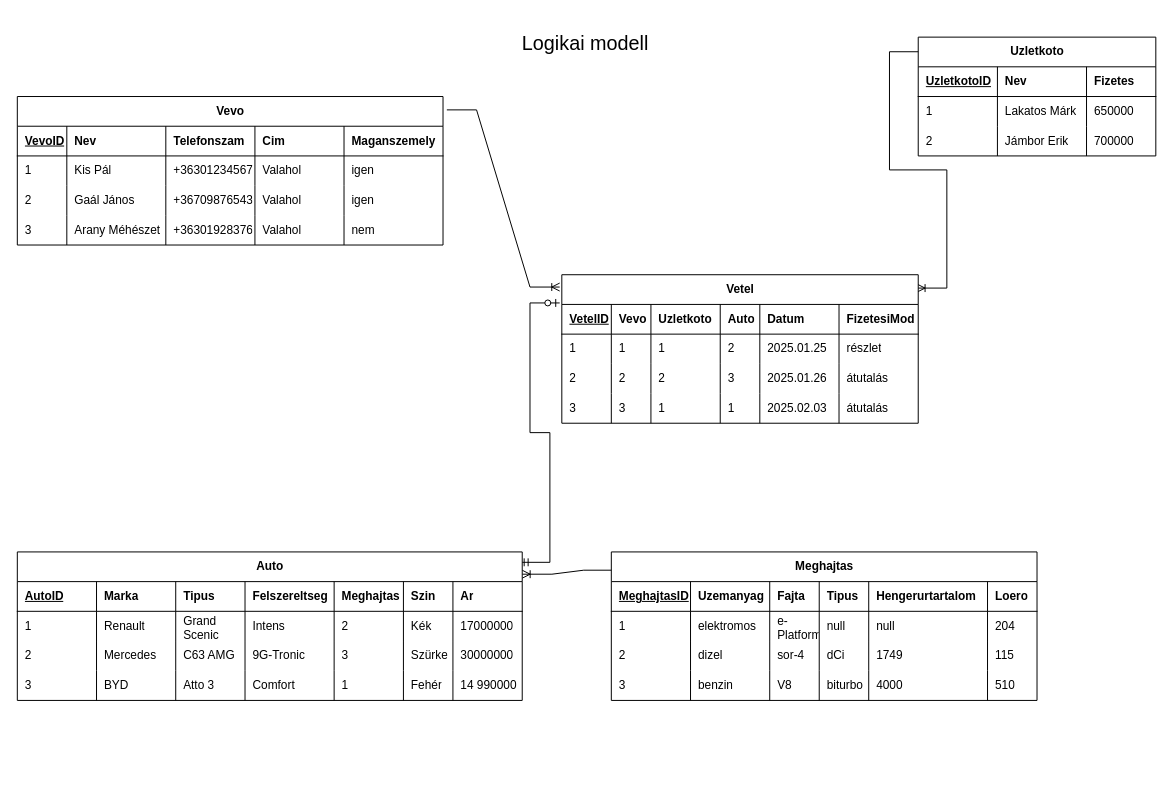
Earlier version of the draw.io diagram page "Logikai modell" (2 of 3) of BEADANDO/Modellek.drawio (Horvath-B/adatbazisok). Source tidied: cells renumbered, new cells numbered last; positions are measured from the earlier drawing's top-left corner, leaving out a move shared by most shapes. Both pictures are drawn from the tidied source at 99%, with x=0, y=0 at pixel (17, 17).
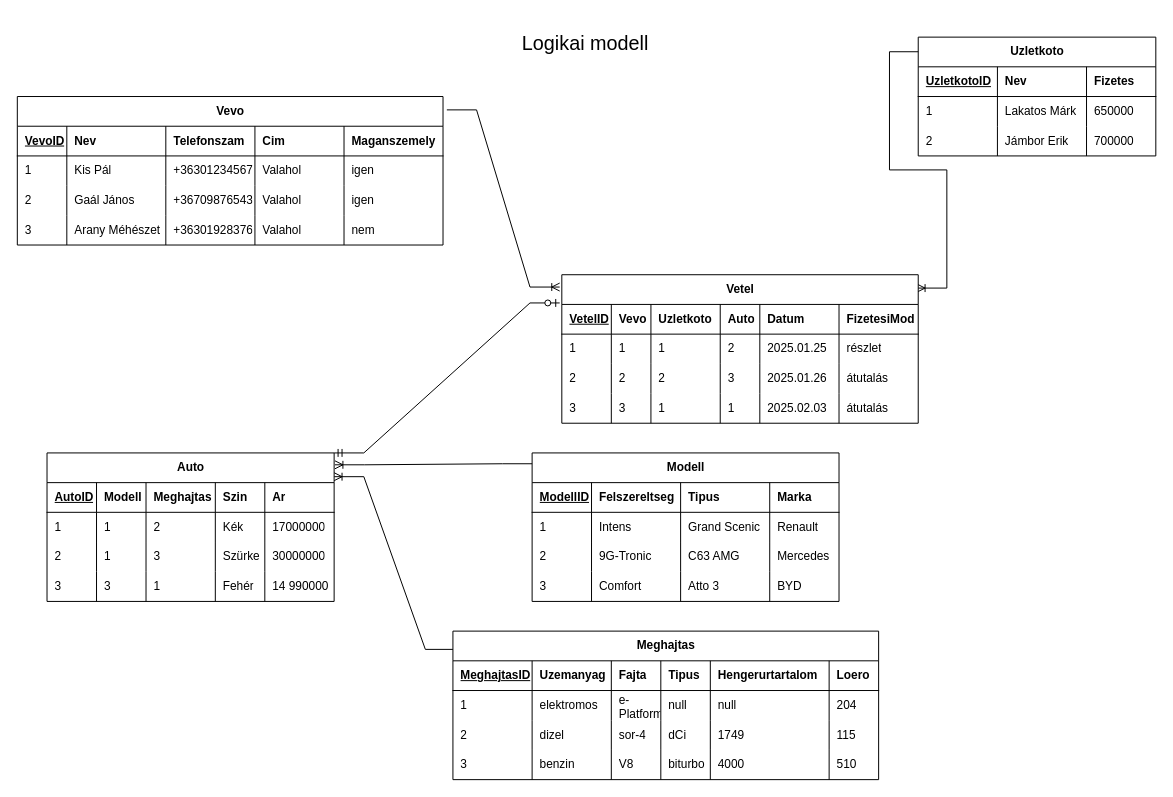
Above is the later version.

Unchanged cells that the change refers to:
```xml
<mxCell id="106" value="Vetel" style="shape=table;startSize=30;childLayout=tableLayout;rowLines=0;fontStyle=1;align=center;html=1;" parent="1" vertex="1">
  <mxGeometry x="550" y="260" width="360" height="150" as="geometry" />
</mxCell>
```

Diff of the diagram source:
```diff
@@
-    <mxCell id="2" style="edgeStyle=entityRelationEdgeStyle;fontSize=12;html=1;endArrow=ERoneToMany;rounded=0;exitX=0.005;exitY=0.123;exitDx=0;exitDy=0;entryX=1;entryY=0.15;entryDx=0;entryDy=0;entryPerimeter=0;exitPerimeter=0;" parent="1" edge="1" source="6" target="73">
+    <mxCell id="2" style="edgeStyle=entityRelationEdgeStyle;fontSize=12;html=1;endArrow=ERoneToMany;rounded=0;exitX=0.005;exitY=0.123;exitDx=0;exitDy=0;exitPerimeter=0;entryX=1;entryY=0.16;entryDx=0;entryDy=0;entryPerimeter=0;" parent="1" edge="1" source="6" target="73">
       <mxGeometry relative="1" as="geometry">
         <Array as="points">
           <mxPoint x="1600" y="410" />
           <mxPoint x="1560" y="400" />
         </Array>
       </mxGeometry>
     </mxCell>
-    <mxCell id="3" style="edgeStyle=entityRelationEdgeStyle;fontSize=12;html=1;endArrow=ERzeroToOne;startArrow=ERmandOne;rounded=0;entryX=-0.006;entryY=0.19;entryDx=0;entryDy=0;entryPerimeter=0;exitX=0.996;exitY=0.07;exitDx=0;exitDy=0;exitPerimeter=0;" parent="1" edge="1" source="73" target="106">
+    <mxCell id="3" style="edgeStyle=entityRelationEdgeStyle;fontSize=12;html=1;endArrow=ERzeroToOne;startArrow=ERmandOne;rounded=0;entryX=-0.006;entryY=0.19;entryDx=0;entryDy=0;entryPerimeter=0;exitX=1;exitY=0;exitDx=0;exitDy=0;" parent="1" edge="1" source="73" target="106">
       <mxGeometry relative="1" as="geometry">
         <Array as="points">
           <mxPoint x="365" y="496" />
           <mxPoint x="365" y="406" />
         </Array>
       </mxGeometry>
     </mxCell>
@@
     <mxCell id="6" value="Meghajtas" style="shape=table;startSize=30;childLayout=tableLayout;rowLines=0;fontStyle=1;align=center;html=1;" parent="1" vertex="1">
-      <mxGeometry x="600" y="540" width="430" height="150" as="geometry" />
+      <mxGeometry x="440" y="620" width="430" height="150" as="geometry" />
     </mxCell>
@@
     <mxCell id="73" value="Auto" style="shape=table;startSize=30;childLayout=tableLayout;rowLines=0;fontStyle=1;align=center;html=1;" parent="1" vertex="1">
-      <mxGeometry y="540" width="510" height="150" as="geometry" />
+      <mxGeometry x="30" y="440" width="290" height="150" as="geometry" />
     </mxCell>
     <mxCell id="74" style="shape=tableRow;horizontal=0;startSize=0;swimlaneHead=0;swimlaneBody=0;fillColor=none;top=0;left=0;right=0;bottom=1;" parent="73" vertex="1">
-      <mxGeometry y="30" width="510" height="30" as="geometry" />
+      <mxGeometry y="30" width="290" height="30" as="geometry" />
     </mxCell>
     <mxCell id="75" value="AutoID" style="shape=partialRectangle;fillColor=none;top=0;left=0;bottom=0;right=0;align=left;spacingLeft=6;fontStyle=5;overflow=hidden;whiteSpace=wrap;html=1;" parent="74" vertex="1">
-      <mxGeometry width="80" height="30" as="geometry" />
+      <mxGeometry width="50" height="30" as="geometry" />
     </mxCell>
-    <mxCell id="76" value="Marka" style="shape=partialRectangle;fillColor=none;top=0;left=0;bottom=0;right=0;align=left;spacingLeft=6;fontStyle=1;overflow=hidden;whiteSpace=wrap;html=1;" parent="74" vertex="1">
-      <mxGeometry x="80" width="80" height="30" as="geometry" />
+    <mxCell id="76" value="Modell" style="shape=partialRectangle;fillColor=none;top=0;left=0;bottom=0;right=0;align=left;spacingLeft=6;fontStyle=1;overflow=hidden;whiteSpace=wrap;html=1;" parent="74" vertex="1">
+      <mxGeometry x="50" width="50" height="30" as="geometry" />
     </mxCell>
-    <mxCell id="77" value="Tipus" style="shape=partialRectangle;fillColor=none;top=0;left=0;bottom=0;right=0;align=left;spacingLeft=6;fontStyle=1;overflow=hidden;whiteSpace=wrap;html=1;" parent="74" vertex="1">
-      <mxGeometry x="160" width="70" height="30" as="geometry" />
-    </mxCell>
-    <mxCell id="78" value="Felszereltseg" style="shape=partialRectangle;fillColor=none;top=0;left=0;bottom=0;right=0;align=left;spacingLeft=6;fontStyle=1;overflow=hidden;whiteSpace=wrap;html=1;" parent="74" vertex="1">
-      <mxGeometry x="230" width="90" height="30" as="geometry" />
-    </mxCell>
     <mxCell id="79" value="Meghajtas" style="shape=partialRectangle;fillColor=none;top=0;left=0;bottom=0;right=0;align=left;spacingLeft=6;fontStyle=1;overflow=hidden;whiteSpace=wrap;html=1;" parent="74" vertex="1">
-      <mxGeometry x="320" width="70" height="30" as="geometry" />
+      <mxGeometry x="100" width="70" height="30" as="geometry" />
     </mxCell>
     <mxCell id="80" value="Szin" style="shape=partialRectangle;fillColor=none;top=0;left=0;bottom=0;right=0;align=left;spacingLeft=6;fontStyle=1;overflow=hidden;whiteSpace=wrap;html=1;" parent="74" vertex="1">
-      <mxGeometry x="390" width="50" height="30" as="geometry" />
+      <mxGeometry x="170" width="50" height="30" as="geometry" />
     </mxCell>
     <mxCell id="81" value="Ar" style="shape=partialRectangle;fillColor=none;top=0;left=0;bottom=0;right=0;align=left;spacingLeft=6;fontStyle=1;overflow=hidden;whiteSpace=wrap;html=1;" parent="74" vertex="1">
-      <mxGeometry x="440" width="70" height="30" as="geometry" />
+      <mxGeometry x="220" width="70" height="30" as="geometry" />
     </mxCell>
     <mxCell id="82" style="shape=tableRow;horizontal=0;startSize=0;swimlaneHead=0;swimlaneBody=0;fillColor=none;top=0;left=0;right=0;bottom=0;" parent="73" vertex="1">
-      <mxGeometry y="60" width="510" height="30" as="geometry" />
+      <mxGeometry y="60" width="290" height="30" as="geometry" />
     </mxCell>
     <mxCell id="83" value="1" style="shape=partialRectangle;fillColor=none;top=0;left=0;bottom=0;right=0;align=left;spacingLeft=6;overflow=hidden;whiteSpace=wrap;html=1;" parent="82" vertex="1">
-      <mxGeometry width="80" height="30" as="geometry" />
+      <mxGeometry width="50" height="30" as="geometry" />
     </mxCell>
-    <mxCell id="84" value="Renault" style="shape=partialRectangle;fillColor=none;top=0;left=0;bottom=0;right=0;align=left;spacingLeft=6;overflow=hidden;whiteSpace=wrap;html=1;" parent="82" vertex="1">
-      <mxGeometry x="80" width="80" height="30" as="geometry" />
+    <mxCell id="84" value="1" style="shape=partialRectangle;fillColor=none;top=0;left=0;bottom=0;right=0;align=left;spacingLeft=6;overflow=hidden;whiteSpace=wrap;html=1;" parent="82" vertex="1">
+      <mxGeometry x="50" width="50" height="30" as="geometry" />
     </mxCell>
-    <mxCell id="85" value="Grand Scenic" style="shape=partialRectangle;fillColor=none;top=0;left=0;bottom=0;right=0;align=left;spacingLeft=6;overflow=hidden;whiteSpace=wrap;html=1;" parent="82" vertex="1">
-      <mxGeometry x="160" width="70" height="30" as="geometry" />
-    </mxCell>
-    <mxCell id="86" value="Intens" style="shape=partialRectangle;fillColor=none;top=0;left=0;bottom=0;right=0;align=left;spacingLeft=6;overflow=hidden;whiteSpace=wrap;html=1;" parent="82" vertex="1">
-      <mxGeometry x="230" width="90" height="30" as="geometry" />
-    </mxCell>
     <mxCell id="87" value="2" style="shape=partialRectangle;fillColor=none;top=0;left=0;bottom=0;right=0;align=left;spacingLeft=6;overflow=hidden;whiteSpace=wrap;html=1;" parent="82" vertex="1">
-      <mxGeometry x="320" width="70" height="30" as="geometry" />
+      <mxGeometry x="100" width="70" height="30" as="geometry" />
     </mxCell>
     <mxCell id="88" value="Kék" style="shape=partialRectangle;fillColor=none;top=0;left=0;bottom=0;right=0;align=left;spacingLeft=6;overflow=hidden;whiteSpace=wrap;html=1;" parent="82" vertex="1">
-      <mxGeometry x="390" width="50" height="30" as="geometry" />
+      <mxGeometry x="170" width="50" height="30" as="geometry" />
     </mxCell>
     <mxCell id="89" value="17000000" style="shape=partialRectangle;fillColor=none;top=0;left=0;bottom=0;right=0;align=left;spacingLeft=6;overflow=hidden;whiteSpace=wrap;html=1;" parent="82" vertex="1">
-      <mxGeometry x="440" width="70" height="30" as="geometry" />
+      <mxGeometry x="220" width="70" height="30" as="geometry" />
     </mxCell>
     <mxCell id="90" style="shape=tableRow;horizontal=0;startSize=0;swimlaneHead=0;swimlaneBody=0;fillColor=none;top=0;left=0;right=0;bottom=0;" parent="73" vertex="1">
-      <mxGeometry y="90" width="510" height="30" as="geometry" />
+      <mxGeometry y="90" width="290" height="30" as="geometry" />
     </mxCell>
     <mxCell id="91" value="2" style="shape=partialRectangle;fillColor=none;top=0;left=0;bottom=0;right=0;align=left;spacingLeft=6;overflow=hidden;whiteSpace=wrap;html=1;" parent="90" vertex="1">
-      <mxGeometry width="80" height="30" as="geometry" />
+      <mxGeometry width="50" height="30" as="geometry" />
     </mxCell>
-    <mxCell id="92" value="Mercedes" style="shape=partialRectangle;fillColor=none;top=0;left=0;bottom=0;right=0;align=left;spacingLeft=6;overflow=hidden;whiteSpace=wrap;html=1;" parent="90" vertex="1">
-      <mxGeometry x="80" width="80" height="30" as="geometry" />
+    <mxCell id="92" value="1" style="shape=partialRectangle;fillColor=none;top=0;left=0;bottom=0;right=0;align=left;spacingLeft=6;overflow=hidden;whiteSpace=wrap;html=1;" parent="90" vertex="1">
+      <mxGeometry x="50" width="50" height="30" as="geometry" />
     </mxCell>
-    <mxCell id="93" value="C63 AMG" style="shape=partialRectangle;fillColor=none;top=0;left=0;bottom=0;right=0;align=left;spacingLeft=6;overflow=hidden;whiteSpace=wrap;html=1;" parent="90" vertex="1">
-      <mxGeometry x="160" width="70" height="30" as="geometry" />
-    </mxCell>
-    <mxCell id="94" value="9G-Tronic" style="shape=partialRectangle;fillColor=none;top=0;left=0;bottom=0;right=0;align=left;spacingLeft=6;overflow=hidden;whiteSpace=wrap;html=1;" parent="90" vertex="1">
-      <mxGeometry x="230" width="90" height="30" as="geometry" />
-    </mxCell>
     <mxCell id="95" value="3" style="shape=partialRectangle;fillColor=none;top=0;left=0;bottom=0;right=0;align=left;spacingLeft=6;overflow=hidden;whiteSpace=wrap;html=1;" parent="90" vertex="1">
-      <mxGeometry x="320" width="70" height="30" as="geometry" />
+      <mxGeometry x="100" width="70" height="30" as="geometry" />
     </mxCell>
     <mxCell id="96" value="Szürke" style="shape=partialRectangle;fillColor=none;top=0;left=0;bottom=0;right=0;align=left;spacingLeft=6;overflow=hidden;whiteSpace=wrap;html=1;" parent="90" vertex="1">
-      <mxGeometry x="390" width="50" height="30" as="geometry" />
+      <mxGeometry x="170" width="50" height="30" as="geometry" />
     </mxCell>
     <mxCell id="97" value="30000000" style="shape=partialRectangle;fillColor=none;top=0;left=0;bottom=0;right=0;align=left;spacingLeft=6;overflow=hidden;whiteSpace=wrap;html=1;" parent="90" vertex="1">
-      <mxGeometry x="440" width="70" height="30" as="geometry" />
+      <mxGeometry x="220" width="70" height="30" as="geometry" />
     </mxCell>
     <mxCell id="98" style="shape=tableRow;horizontal=0;startSize=0;swimlaneHead=0;swimlaneBody=0;fillColor=none;top=0;left=0;right=0;bottom=0;" parent="73" vertex="1">
-      <mxGeometry y="120" width="510" height="30" as="geometry" />
+      <mxGeometry y="120" width="290" height="30" as="geometry" />
     </mxCell>
     <mxCell id="99" value="3" style="shape=partialRectangle;fillColor=none;top=0;left=0;bottom=0;right=0;align=left;spacingLeft=6;overflow=hidden;whiteSpace=wrap;html=1;" parent="98" vertex="1">
-      <mxGeometry width="80" height="30" as="geometry" />
+      <mxGeometry width="50" height="30" as="geometry" />
     </mxCell>
-    <mxCell id="100" value="BYD" style="shape=partialRectangle;fillColor=none;top=0;left=0;bottom=0;right=0;align=left;spacingLeft=6;overflow=hidden;whiteSpace=wrap;html=1;" parent="98" vertex="1">
-      <mxGeometry x="80" width="80" height="30" as="geometry" />
+    <mxCell id="100" value="3" style="shape=partialRectangle;fillColor=none;top=0;left=0;bottom=0;right=0;align=left;spacingLeft=6;overflow=hidden;whiteSpace=wrap;html=1;" parent="98" vertex="1">
+      <mxGeometry x="50" width="50" height="30" as="geometry" />
     </mxCell>
-    <mxCell id="101" value="Atto 3" style="shape=partialRectangle;fillColor=none;top=0;left=0;bottom=0;right=0;align=left;spacingLeft=6;overflow=hidden;whiteSpace=wrap;html=1;" parent="98" vertex="1">
-      <mxGeometry x="160" width="70" height="30" as="geometry" />
-    </mxCell>
-    <mxCell id="102" value="Comfort" style="shape=partialRectangle;fillColor=none;top=0;left=0;bottom=0;right=0;align=left;spacingLeft=6;overflow=hidden;whiteSpace=wrap;html=1;" parent="98" vertex="1">
-      <mxGeometry x="230" width="90" height="30" as="geometry" />
-    </mxCell>
     <mxCell id="103" value="1" style="shape=partialRectangle;fillColor=none;top=0;left=0;bottom=0;right=0;align=left;spacingLeft=6;overflow=hidden;whiteSpace=wrap;html=1;" parent="98" vertex="1">
-      <mxGeometry x="320" width="70" height="30" as="geometry" />
+      <mxGeometry x="100" width="70" height="30" as="geometry" />
     </mxCell>
     <mxCell id="104" value="Fehér" style="shape=partialRectangle;fillColor=none;top=0;left=0;bottom=0;right=0;align=left;spacingLeft=6;overflow=hidden;whiteSpace=wrap;html=1;" parent="98" vertex="1">
-      <mxGeometry x="390" width="50" height="30" as="geometry" />
+      <mxGeometry x="170" width="50" height="30" as="geometry" />
     </mxCell>
     <mxCell id="105" value="14 990000" style="shape=partialRectangle;fillColor=none;top=0;left=0;bottom=0;right=0;align=left;spacingLeft=6;overflow=hidden;whiteSpace=wrap;html=1;" parent="98" vertex="1">
-      <mxGeometry x="440" width="70" height="30" as="geometry" />
+      <mxGeometry x="220" width="70" height="30" as="geometry" />
     </mxCell>
@@
+    <mxCell id="136" value="Modell" style="shape=table;startSize=30;childLayout=tableLayout;rowLines=0;fontStyle=1;align=center;html=1;" parent="1" vertex="1">
+      <mxGeometry x="520" y="440" width="310" height="150" as="geometry" />
+    </mxCell>
+    <mxCell id="137" style="shape=tableRow;horizontal=0;startSize=0;swimlaneHead=0;swimlaneBody=0;fillColor=none;top=0;left=0;right=0;bottom=1;" parent="136" vertex="1">
+      <mxGeometry y="30" width="310" height="30" as="geometry" />
+    </mxCell>
+    <mxCell id="138" value="ModellID" style="shape=partialRectangle;fillColor=none;top=0;left=0;bottom=0;right=0;align=left;spacingLeft=6;fontStyle=5;overflow=hidden;whiteSpace=wrap;html=1;" parent="137" vertex="1">
+      <mxGeometry width="60" height="30" as="geometry" />
+    </mxCell>
+    <mxCell id="78" value="Felszereltseg" style="shape=partialRectangle;fillColor=none;top=0;left=0;bottom=0;right=0;align=left;spacingLeft=6;fontStyle=1;overflow=hidden;whiteSpace=wrap;html=1;" parent="137" vertex="1">
+      <mxGeometry x="60" width="90" height="30" as="geometry" />
+    </mxCell>
+    <mxCell id="77" value="Tipus" style="shape=partialRectangle;fillColor=none;top=0;left=0;bottom=0;right=0;align=left;spacingLeft=6;fontStyle=1;overflow=hidden;whiteSpace=wrap;html=1;" parent="137" vertex="1">
+      <mxGeometry x="150" width="90" height="30" as="geometry" />
+    </mxCell>
+    <mxCell id="139" value="Marka" style="shape=partialRectangle;fillColor=none;top=0;left=0;bottom=0;right=0;align=left;spacingLeft=6;fontStyle=1;overflow=hidden;whiteSpace=wrap;html=1;" parent="137" vertex="1">
+      <mxGeometry x="240" width="70" height="30" as="geometry" />
+    </mxCell>
+    <mxCell id="140" style="shape=tableRow;horizontal=0;startSize=0;swimlaneHead=0;swimlaneBody=0;fillColor=none;top=0;left=0;right=0;bottom=0;" parent="136" vertex="1">
+      <mxGeometry y="60" width="310" height="30" as="geometry" />
+    </mxCell>
+    <mxCell id="141" value="1" style="shape=partialRectangle;fillColor=none;top=0;left=0;bottom=0;right=0;align=left;spacingLeft=6;overflow=hidden;whiteSpace=wrap;html=1;" parent="140" vertex="1">
+      <mxGeometry width="60" height="30" as="geometry" />
+    </mxCell>
+    <mxCell id="86" value="Intens" style="shape=partialRectangle;fillColor=none;top=0;left=0;bottom=0;right=0;align=left;spacingLeft=6;overflow=hidden;whiteSpace=wrap;html=1;" parent="140" vertex="1">
+      <mxGeometry x="60" width="90" height="30" as="geometry" />
+    </mxCell>
+    <mxCell id="85" value="Grand Scenic" style="shape=partialRectangle;fillColor=none;top=0;left=0;bottom=0;right=0;align=left;spacingLeft=6;overflow=hidden;whiteSpace=wrap;html=1;" parent="140" vertex="1">
+      <mxGeometry x="150" width="90" height="30" as="geometry" />
+    </mxCell>
+    <mxCell id="142" value="Renault" style="shape=partialRectangle;fillColor=none;top=0;left=0;bottom=0;right=0;align=left;spacingLeft=6;overflow=hidden;whiteSpace=wrap;html=1;" parent="140" vertex="1">
+      <mxGeometry x="240" width="70" height="30" as="geometry" />
+    </mxCell>
+    <mxCell id="143" style="shape=tableRow;horizontal=0;startSize=0;swimlaneHead=0;swimlaneBody=0;fillColor=none;top=0;left=0;right=0;bottom=0;" parent="136" vertex="1">
+      <mxGeometry y="90" width="310" height="30" as="geometry" />
+    </mxCell>
+    <mxCell id="144" value="2" style="shape=partialRectangle;fillColor=none;top=0;left=0;bottom=0;right=0;align=left;spacingLeft=6;overflow=hidden;whiteSpace=wrap;html=1;" parent="143" vertex="1">
+      <mxGeometry width="60" height="30" as="geometry" />
+    </mxCell>
+    <mxCell id="94" value="9G-Tronic" style="shape=partialRectangle;fillColor=none;top=0;left=0;bottom=0;right=0;align=left;spacingLeft=6;overflow=hidden;whiteSpace=wrap;html=1;" parent="143" vertex="1">
+      <mxGeometry x="60" width="90" height="30" as="geometry" />
+    </mxCell>
+    <mxCell id="93" value="C63 AMG" style="shape=partialRectangle;fillColor=none;top=0;left=0;bottom=0;right=0;align=left;spacingLeft=6;overflow=hidden;whiteSpace=wrap;html=1;" parent="143" vertex="1">
+      <mxGeometry x="150" width="90" height="30" as="geometry" />
+    </mxCell>
+    <mxCell id="145" value="Mercedes" style="shape=partialRectangle;fillColor=none;top=0;left=0;bottom=0;right=0;align=left;spacingLeft=6;overflow=hidden;whiteSpace=wrap;html=1;" parent="143" vertex="1">
+      <mxGeometry x="240" width="70" height="30" as="geometry" />
+    </mxCell>
+    <mxCell id="146" style="shape=tableRow;horizontal=0;startSize=0;swimlaneHead=0;swimlaneBody=0;fillColor=none;top=0;left=0;right=0;bottom=0;" parent="136" vertex="1">
+      <mxGeometry y="120" width="310" height="30" as="geometry" />
+    </mxCell>
+    <mxCell id="147" value="3" style="shape=partialRectangle;fillColor=none;top=0;left=0;bottom=0;right=0;align=left;spacingLeft=6;overflow=hidden;whiteSpace=wrap;html=1;" parent="146" vertex="1">
+      <mxGeometry width="60" height="30" as="geometry" />
+    </mxCell>
+    <mxCell id="102" value="Comfort" style="shape=partialRectangle;fillColor=none;top=0;left=0;bottom=0;right=0;align=left;spacingLeft=6;overflow=hidden;whiteSpace=wrap;html=1;" parent="146" vertex="1">
+      <mxGeometry x="60" width="90" height="30" as="geometry" />
+    </mxCell>
+    <mxCell id="101" value="Atto 3" style="shape=partialRectangle;fillColor=none;top=0;left=0;bottom=0;right=0;align=left;spacingLeft=6;overflow=hidden;whiteSpace=wrap;html=1;" parent="146" vertex="1">
+      <mxGeometry x="150" width="90" height="30" as="geometry" />
+    </mxCell>
+    <mxCell id="148" value="BYD" style="shape=partialRectangle;fillColor=none;top=0;left=0;bottom=0;right=0;align=left;spacingLeft=6;overflow=hidden;whiteSpace=wrap;html=1;" parent="146" vertex="1">
+      <mxGeometry x="240" width="70" height="30" as="geometry" />
+    </mxCell>
+    <mxCell id="149" style="edgeStyle=entityRelationEdgeStyle;fontSize=12;html=1;endArrow=ERoneToMany;rounded=0;exitX=0;exitY=0.073;exitDx=0;exitDy=0;exitPerimeter=0;entryX=1.003;entryY=0.08;entryDx=0;entryDy=0;entryPerimeter=0;" parent="1" edge="1" source="136" target="73">
+      <mxGeometry relative="1" as="geometry">
+        <Array as="points">
+          <mxPoint x="180" y="510" />
+        </Array>
+      </mxGeometry>
+    </mxCell>
```
